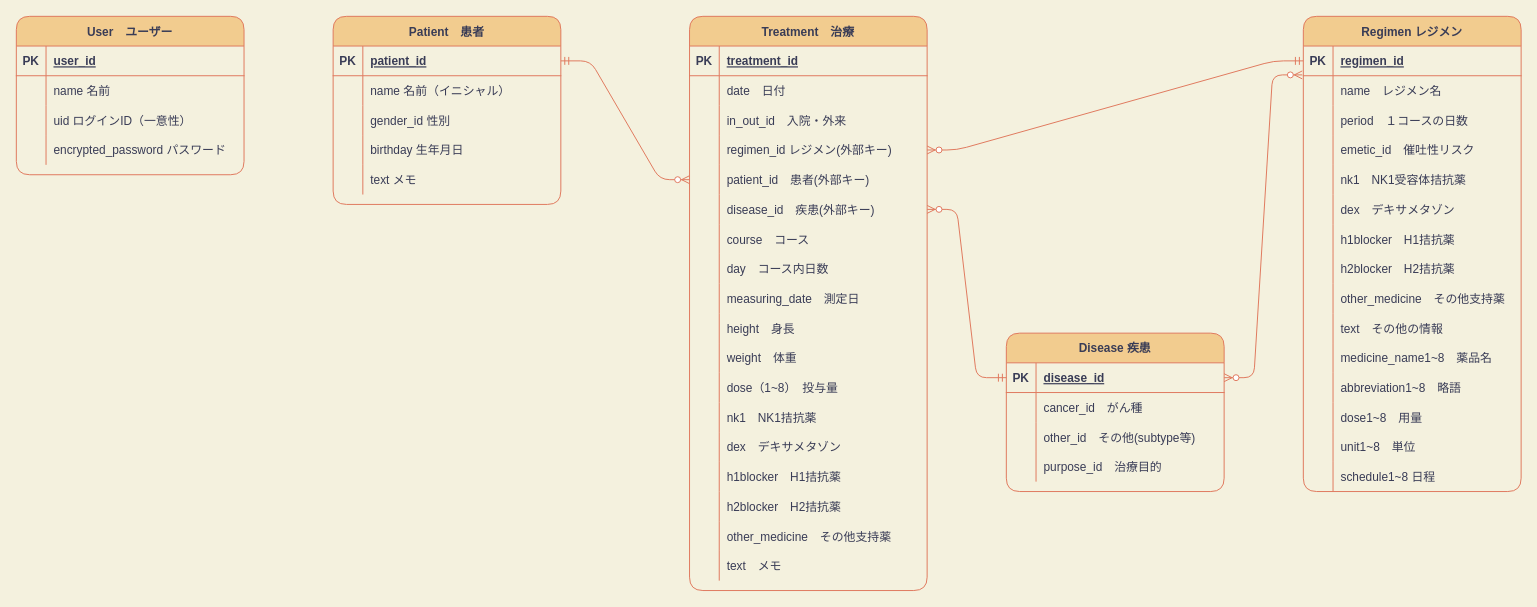
This is ER part1.dio from shibayamasho/chemokan, a draw.io file, before an edit. Source tidied: cells renumbered, new cells numbered last; positions are measured from the earlier drawing's top-left corner, leaving out a move shared by most shapes. Both pictures are drawn from the tidied source at 99%, with x=0, y=0 at pixel (16, 16).
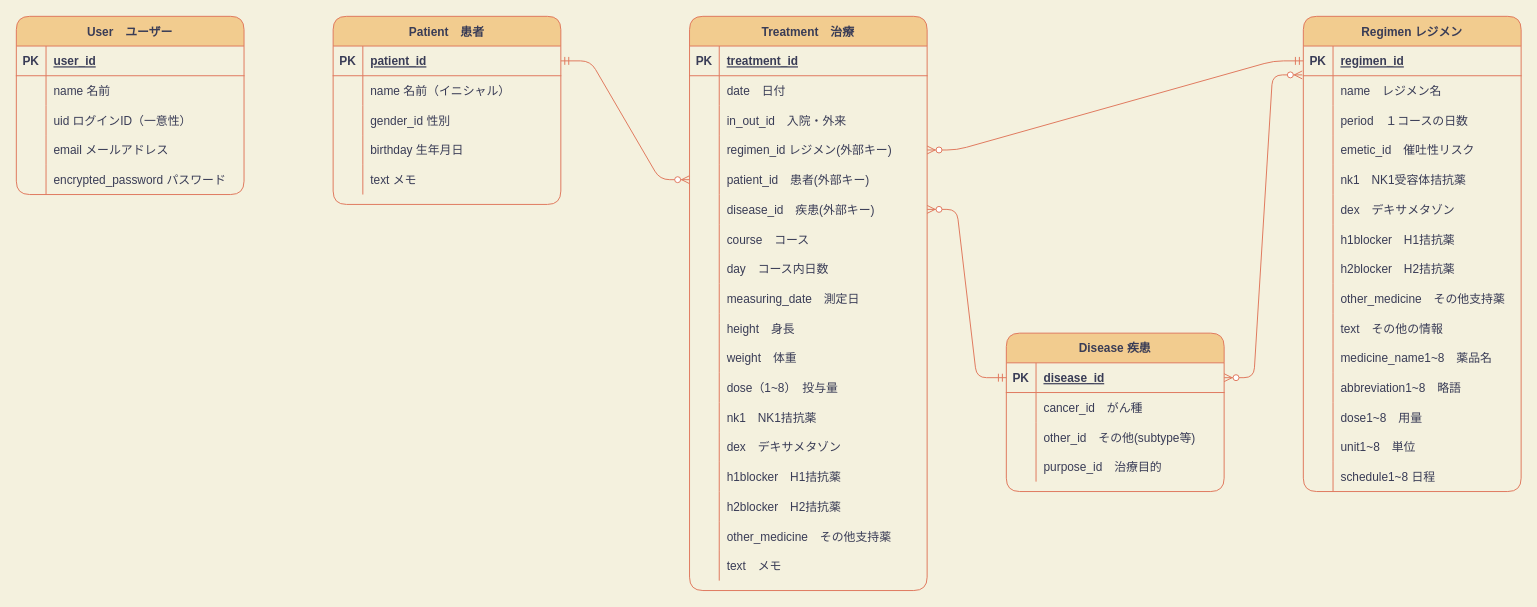
After the change.

Commit message (it also covers changes not shown here):
ER図、READMEを修正

The change refers to these unchanged cells:
```xml
<mxCell id="12" style="shape=partialRectangle;fillColor=none;top=0;left=0;bottom=0;right=0;strokeColor=#E07A5F;fontColor=#393C56;rounded=1;" parent="2" vertex="1">
  <mxGeometry y="120" width="230" height="30" as="geometry" />
</mxCell>
```

Change to the diagram source:
```diff
@@
     <mxCell id="2" value="User　ユーザー" style="shape=table;startSize=30;childLayout=tableLayout;rowLines=0;fontStyle=1;align=center;fillColor=#F2CC8F;strokeColor=#E07A5F;fontColor=#393C56;rounded=1;" parent="1" vertex="1">
-      <mxGeometry width="230" height="160" as="geometry" />
+      <mxGeometry width="230" height="180" as="geometry" />
     </mxCell>
@@
-    <mxCell id="14" value="encrypted_password パスワード" style="shape=partialRectangle;fillColor=none;top=0;left=0;bottom=0;right=0;align=left;spacingLeft=6;overflow=hidden;strokeColor=#E07A5F;fontColor=#393C56;rounded=1;" parent="12" vertex="1">
+    <mxCell id="14" value="email メールアドレス" style="shape=partialRectangle;fillColor=none;top=0;left=0;bottom=0;right=0;align=left;spacingLeft=6;overflow=hidden;strokeColor=#E07A5F;fontColor=#393C56;rounded=1;" parent="12" vertex="1">
       <mxGeometry x="30" width="200" height="30" as="geometry" />
     </mxCell>
+    <mxCell id="149" style="shape=partialRectangle;fillColor=none;top=0;left=0;bottom=0;right=0;strokeColor=#E07A5F;fontColor=#393C56;rounded=1;" parent="2" vertex="1">
+      <mxGeometry y="150" width="230" height="30" as="geometry" />
+    </mxCell>
+    <mxCell id="150" style="shape=partialRectangle;fillColor=none;top=0;left=0;bottom=0;right=0;overflow=hidden;strokeColor=#E07A5F;fontColor=#393C56;rounded=1;" parent="149" vertex="1">
+      <mxGeometry width="30" height="30" as="geometry" />
+    </mxCell>
+    <mxCell id="151" value="encrypted_password パスワード" style="shape=partialRectangle;fillColor=none;top=0;left=0;bottom=0;right=0;align=left;spacingLeft=6;overflow=hidden;strokeColor=#E07A5F;fontColor=#393C56;rounded=1;" parent="149" vertex="1">
+      <mxGeometry x="30" width="200" height="30" as="geometry" />
+    </mxCell>
```
